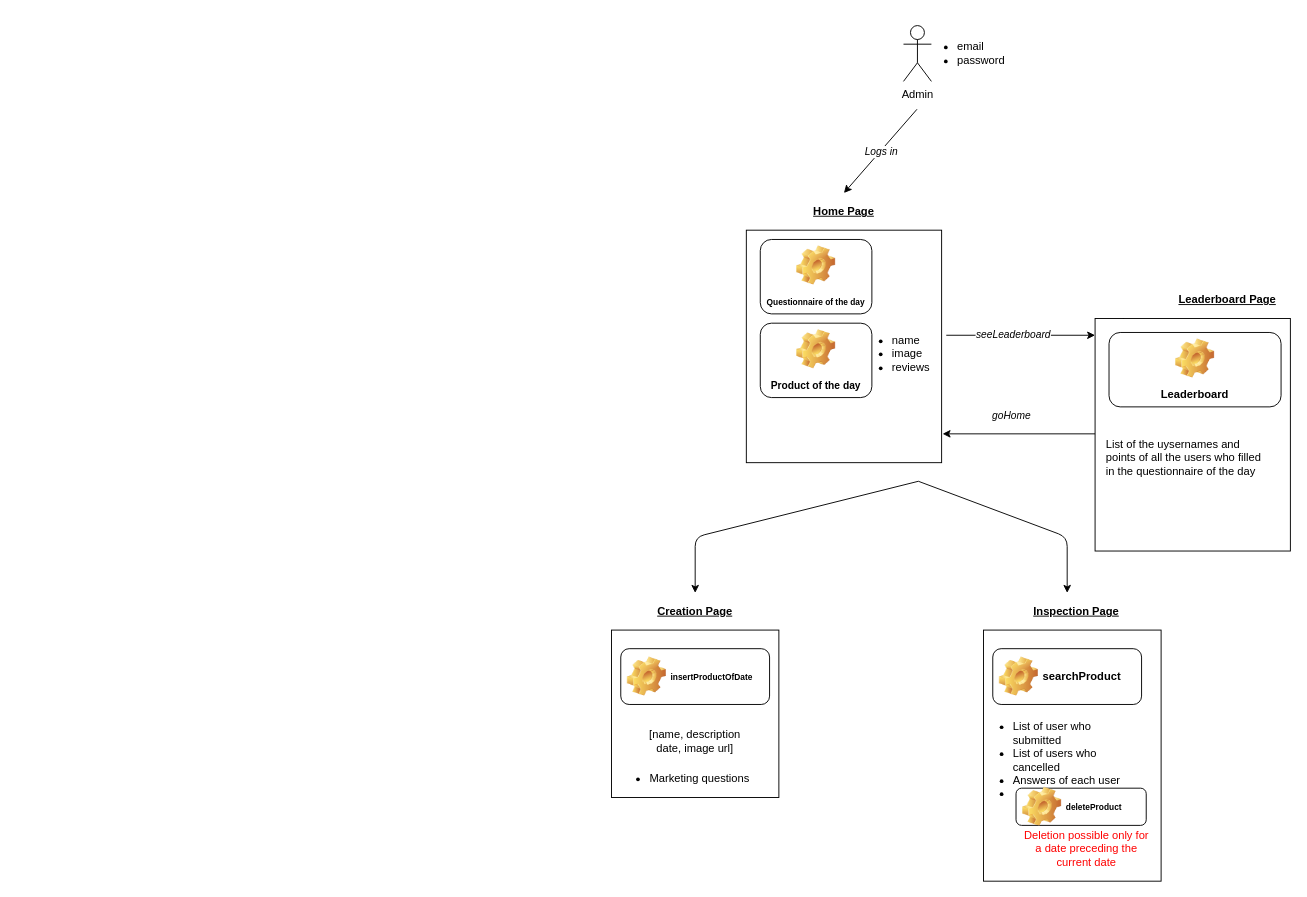
The draw.io diagram docs/graphs/drawio/Admin_design.drawio in giovanniciriello/GamifiedMarketing, before the edit. Source tidied: cells renumbered, new cells numbered last; positions are measured from the earlier drawing's top-left corner, leaving out a move shared by most shapes. Both pictures are drawn from the tidied source at 93%, with x=0, y=0 at pixel (602, 16).
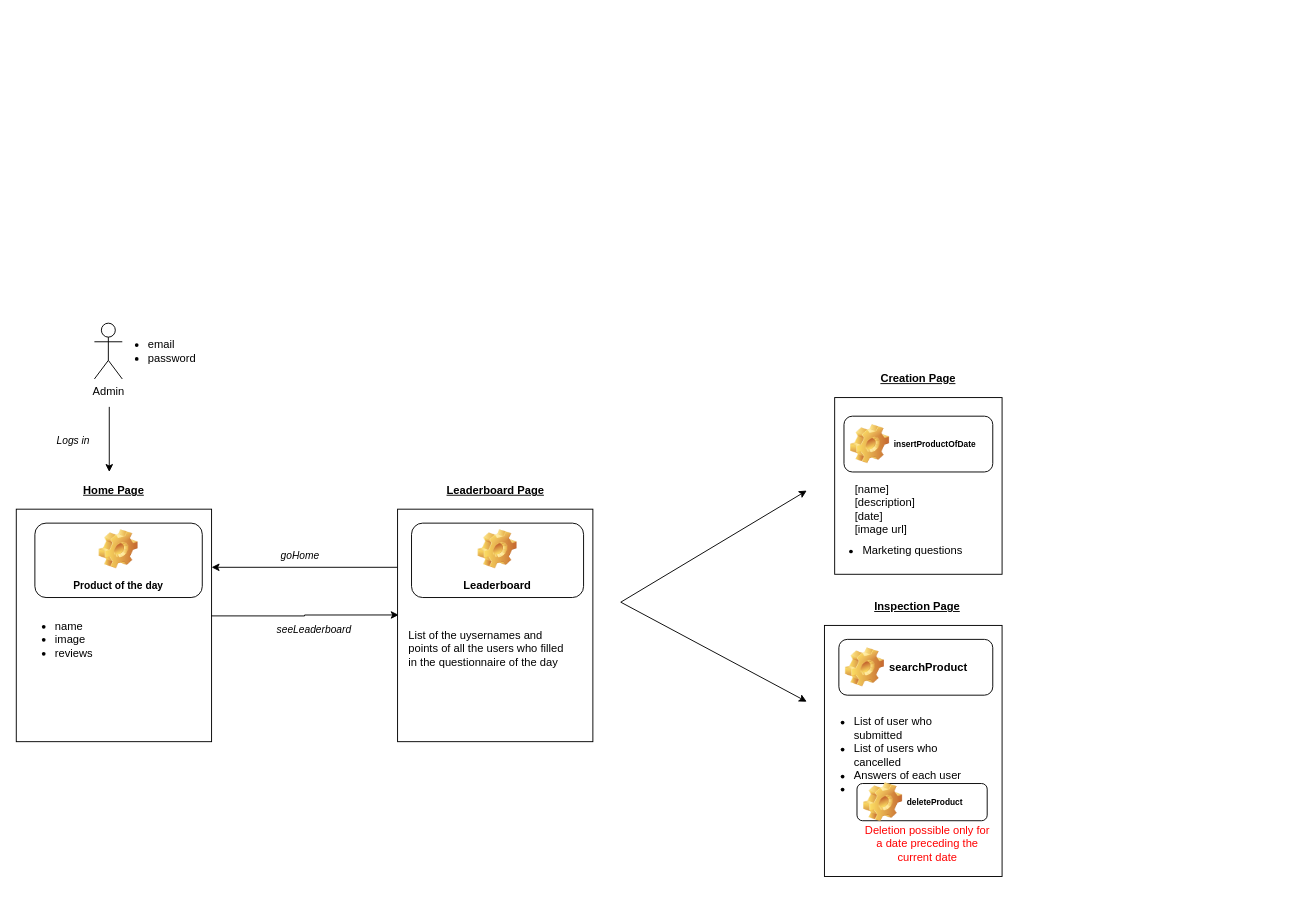
The same page after the edit.

Commit message (it also covers changes not shown here):
(Graphs) Improvements

What changed in the source:
```diff
@@
     <mxCell id="2" value="Admin" style="shape=umlActor;verticalLabelPosition=bottom;verticalAlign=top;html=1;" parent="1" vertex="1">
-      <mxGeometry x="324" y="10" width="30" height="60" as="geometry" />
+      <mxGeometry x="-546" y="330" width="30" height="60" as="geometry" />
     </mxCell>
     <mxCell id="3" style="endArrow=classic;html=1;" parent="1" edge="1">
       <mxGeometry relative="1" as="geometry">
-        <mxPoint x="340" y="500" as="sourcePoint" />
-        <mxPoint x="100" y="620" as="targetPoint" />
-        <Array as="points">
-          <mxPoint x="100" y="560" />
-        </Array>
+        <mxPoint x="20" y="630" as="sourcePoint" />
+        <mxPoint x="220" y="737" as="targetPoint" />
       </mxGeometry>
     </mxCell>
     <mxCell id="4" style="endArrow=classic;html=1;" parent="1" edge="1">
       <mxGeometry relative="1" as="geometry">
-        <mxPoint x="340" y="500" as="sourcePoint" />
-        <mxPoint x="500" y="620" as="targetPoint" />
-        <Array as="points">
-          <mxPoint x="500" y="560" />
-        </Array>
+        <mxPoint x="20" y="630" as="sourcePoint" />
+        <mxPoint x="220" y="510" as="targetPoint" />
       </mxGeometry>
     </mxCell>
     <mxCell id="5" style="rounded=0;whiteSpace=wrap;html=1;" parent="1" vertex="1">
-      <mxGeometry x="10" y="660" width="180" height="180" as="geometry" />
+      <mxGeometry x="250" y="410" width="180" height="190" as="geometry" />
     </mxCell>
     <mxCell id="6" style="rounded=0;whiteSpace=wrap;html=1;" parent="1" vertex="1">
-      <mxGeometry x="410" y="660" width="191" height="270" as="geometry" />
+      <mxGeometry x="239" y="655" width="191" height="270" as="geometry" />
     </mxCell>
     <mxCell id="7" value="&lt;b&gt;&lt;u&gt;Creation Page&lt;/u&gt;&lt;/b&gt;" style="text;html=1;strokeColor=none;fillColor=none;align=center;verticalAlign=middle;whiteSpace=wrap;rounded=0;" parent="1" vertex="1">
-      <mxGeometry x="55" y="630" width="90" height="20" as="geometry" />
+      <mxGeometry x="295" y="380" width="90" height="20" as="geometry" />
     </mxCell>
     <mxCell id="8" value="&lt;b&gt;&lt;u&gt;Inspection Page&lt;/u&gt;&lt;/b&gt;" style="text;html=1;strokeColor=none;fillColor=none;align=center;verticalAlign=middle;whiteSpace=wrap;rounded=0;" parent="1" vertex="1">
-      <mxGeometry x="460" y="630" width="100" height="20" as="geometry" />
+      <mxGeometry x="289" y="625" width="100" height="20" as="geometry" />
     </mxCell>
     <mxCell id="9" value="&lt;font style=&quot;font-size: 9px&quot;&gt;insertProductOfDate&lt;/font&gt;" style="label;whiteSpace=wrap;html=1;image=img/clipart/Gear_128x128.png;" parent="1" vertex="1">
-      <mxGeometry x="20" y="680" width="160" height="60" as="geometry" />
+      <mxGeometry x="260" y="430" width="160" height="60" as="geometry" />
     </mxCell>
@@
     <mxCell id="11" value="&lt;ul&gt;&lt;li&gt;Marketing questions&lt;/li&gt;&lt;/ul&gt;" style="text;html=1;strokeColor=none;fillColor=none;align=center;verticalAlign=middle;whiteSpace=wrap;rounded=0;" parent="1" vertex="1">
-      <mxGeometry y="810" width="170" height="20" as="geometry" />
+      <mxGeometry x="229" y="565" width="170" height="20" as="geometry" />
     </mxCell>
     <mxCell id="12" value="searchProduct" style="label;whiteSpace=wrap;html=1;image=img/clipart/Gear_128x128.png;" parent="1" vertex="1">
-      <mxGeometry x="420" y="680" width="160" height="60" as="geometry" />
+      <mxGeometry x="254.5" y="670" width="165.5" height="60" as="geometry" />
     </mxCell>
     <mxCell id="13" value="&lt;ul&gt;&lt;li&gt;List of user who submitted&lt;/li&gt;&lt;li&gt;List of users who cancelled&lt;/li&gt;&lt;li&gt;Answers of each user&lt;/li&gt;&lt;li&gt;&lt;br&gt;&lt;/li&gt;&lt;/ul&gt;" style="text;html=1;strokeColor=none;fillColor=none;align=left;verticalAlign=middle;whiteSpace=wrap;rounded=0;" parent="1" vertex="1">
-      <mxGeometry x="400" y="790" width="180" height="20" as="geometry" />
+      <mxGeometry x="229" y="785" width="180" height="20" as="geometry" />
     </mxCell>
     <mxCell id="14" value="&lt;font style=&quot;font-size: 9px&quot;&gt;deleteProduct&lt;/font&gt;" style="label;whiteSpace=wrap;html=1;image=img/clipart/Gear_128x128.png;" parent="1" vertex="1">
-      <mxGeometry x="445" y="830" width="140" height="40" as="geometry" />
+      <mxGeometry x="274" y="825" width="140" height="40" as="geometry" />
     </mxCell>
     <mxCell id="15" value="&lt;div&gt;&lt;span style=&quot;color: rgb(255 , 0 , 0)&quot;&gt;Deletion possible only for a date preceding the current date&lt;/span&gt;&lt;/div&gt;" style="text;html=1;strokeColor=none;fillColor=none;align=center;verticalAlign=middle;whiteSpace=wrap;rounded=0;" parent="1" vertex="1">
-      <mxGeometry x="451" y="885" width="140" height="20" as="geometry" />
+      <mxGeometry x="280" y="880" width="140" height="20" as="geometry" />
     </mxCell>
     <mxCell id="16" value="&lt;ul&gt;&lt;li&gt;email&lt;/li&gt;&lt;li&gt;password&lt;/li&gt;&lt;/ul&gt;" style="text;strokeColor=none;fillColor=none;html=1;whiteSpace=wrap;verticalAlign=middle;overflow=hidden;" parent="1" vertex="1">
-      <mxGeometry x="340" width="100" height="80" as="geometry" />
+      <mxGeometry x="-530" y="320" width="100" height="80" as="geometry" />
     </mxCell>
-    <mxCell id="17" value="[name, description date, image url]" style="text;html=1;strokeColor=none;fillColor=none;align=center;verticalAlign=middle;whiteSpace=wrap;rounded=0;" parent="1" vertex="1">
-      <mxGeometry x="45" y="770" width="110" height="20" as="geometry" />
+    <mxCell id="17" value="&lt;div align=&quot;left&quot;&gt;[name]&lt;/div&gt;&lt;div align=&quot;left&quot;&gt;[description]&lt;/div&gt;&lt;div align=&quot;left&quot;&gt;[date]&lt;/div&gt;&lt;div align=&quot;left&quot;&gt;[image url]&lt;/div&gt;" style="text;html=1;strokeColor=none;fillColor=none;align=left;verticalAlign=middle;whiteSpace=wrap;rounded=0;" parent="1" vertex="1">
+      <mxGeometry x="270" y="520" width="110" height="20" as="geometry" />
     </mxCell>
@@
     <mxCell id="19" style="endArrow=classic;html=1;" parent="1" edge="1">
       <mxGeometry relative="1" as="geometry">
-        <mxPoint x="338.5" y="100" as="sourcePoint" />
-        <mxPoint x="260" y="190" as="targetPoint" />
+        <mxPoint x="-530" y="420" as="sourcePoint" />
+        <mxPoint x="-530" y="490" as="targetPoint" />
       </mxGeometry>
     </mxCell>
     <mxCell id="20" value="&lt;i&gt;Logs in&lt;/i&gt;" style="edgeLabel;html=1;align=center;verticalAlign=middle;" parent="19" vertex="1">
-      <mxGeometry relative="1" as="geometry" />
+      <mxGeometry relative="1" as="geometry">
+        <mxPoint x="-40" as="offset" />
+      </mxGeometry>
     </mxCell>
     <mxCell id="21" style="rounded=0;whiteSpace=wrap;html=1;" parent="1" vertex="1">
-      <mxGeometry x="155" y="230" width="210" height="250" as="geometry" />
+      <mxGeometry x="-630" y="530" width="210" height="250" as="geometry" />
     </mxCell>
     <mxCell id="22" value="&lt;u&gt;&lt;b&gt;Home Page&lt;/b&gt;&lt;/u&gt;" style="text;html=1;strokeColor=none;fillColor=none;align=center;verticalAlign=middle;whiteSpace=wrap;rounded=0;" parent="1" vertex="1">
-      <mxGeometry x="215" y="200" width="90" height="20" as="geometry" />
+      <mxGeometry x="-570" y="500" width="90" height="20" as="geometry" />
     </mxCell>
-    <mxCell id="23" value="&lt;b&gt;&lt;font style=&quot;font-size: 9px&quot;&gt;Questionnaire of the day&lt;br&gt;&lt;/font&gt;&lt;/b&gt;" style="label;whiteSpace=wrap;html=1;align=center;verticalAlign=bottom;spacingLeft=0;spacingBottom=4;imageAlign=center;imageVerticalAlign=top;image=img/clipart/Gear_128x128.png;" parent="1" vertex="1">
-      <mxGeometry x="170" y="240" width="120" height="80" as="geometry" />
-    </mxCell>
     <mxCell id="24" value="&lt;font style=&quot;font-size: 11px&quot;&gt;Product of the day&lt;br&gt;&lt;/font&gt;" style="label;whiteSpace=wrap;html=1;align=center;verticalAlign=bottom;spacingLeft=0;spacingBottom=4;imageAlign=center;imageVerticalAlign=top;image=img/clipart/Gear_128x128.png;" parent="1" vertex="1">
-      <mxGeometry x="170" y="330" width="120" height="80" as="geometry" />
+      <mxGeometry x="-610" y="545" width="180" height="80" as="geometry" />
     </mxCell>
     <mxCell id="25" value="&lt;ul&gt;&lt;li&gt;name&lt;/li&gt;&lt;li&gt;image&lt;/li&gt;&lt;li&gt;reviews&lt;br&gt;&lt;/li&gt;&lt;/ul&gt;" style="text;strokeColor=none;fillColor=none;html=1;whiteSpace=wrap;verticalAlign=middle;overflow=hidden;" parent="1" vertex="1">
-      <mxGeometry x="270" y="323" width="100" height="80" as="geometry" />
+      <mxGeometry x="-630" y="630" width="100" height="80" as="geometry" />
     </mxCell>
-    <mxCell id="26" style="edgeStyle=orthogonalEdgeStyle;rounded=0;jettySize=auto;html=1;exitX=1;exitY=0.25;exitDx=0;exitDy=0;" parent="1" edge="1" source="25" target="29">
+    <mxCell id="26" style="edgeStyle=orthogonalEdgeStyle;rounded=0;jettySize=auto;html=1;entryX=0.006;entryY=0.455;entryDx=0;entryDy=0;entryPerimeter=0;exitX=0.998;exitY=0.459;exitDx=0;exitDy=0;exitPerimeter=0;" parent="1" edge="1" source="21" target="29">
       <mxGeometry relative="1" as="geometry">
         <Array as="points">
-          <mxPoint x="600" y="343" />
+          <mxPoint x="-320" y="645" />
         </Array>
       </mxGeometry>
     </mxCell>
     <mxCell id="27" value="&lt;i&gt;seeLeaderboard&lt;/i&gt;" style="edgeLabel;html=1;align=center;verticalAlign=middle;" parent="26" vertex="1">
-      <mxGeometry x="-0.11" y="2" relative="1" as="geometry" />
+      <mxGeometry x="-0.11" y="2" relative="1" as="geometry">
+        <mxPoint x="20.4" y="17.2" as="offset" />
+      </mxGeometry>
     </mxCell>
-    <mxCell id="28" value="&lt;i&gt;goHome&lt;/i&gt;" style="edgeStyle=orthogonalEdgeStyle;rounded=0;jettySize=auto;html=1;exitX=0;exitY=0.5;exitDx=0;exitDy=0;entryX=1.005;entryY=0.876;entryDx=0;entryDy=0;entryPerimeter=0;" parent="1" edge="1" source="29" target="21">
-      <mxGeometry x="0.69" y="-19" relative="1" as="geometry">
-        <Array as="points">
-          <mxPoint x="561" y="450" />
-          <mxPoint x="561" y="325" />
-          <mxPoint x="560" y="325" />
-          <mxPoint x="560" y="449" />
-        </Array>
-      </mxGeometry>
+    <mxCell id="28" value="&lt;i&gt;goHome&lt;/i&gt;" style="edgeStyle=orthogonalEdgeStyle;rounded=0;jettySize=auto;html=1;entryX=1;entryY=0.25;entryDx=0;entryDy=0;exitX=0;exitY=0.25;exitDx=0;exitDy=0;" parent="1" edge="1" source="29" target="21">
+      <mxGeometry x="0.05" y="-13" relative="1" as="geometry" />
     </mxCell>
     <mxCell id="29" style="rounded=0;whiteSpace=wrap;html=1;" parent="1" vertex="1">
-      <mxGeometry x="530" y="325" width="210" height="250" as="geometry" />
+      <mxGeometry x="-220" y="530" width="210" height="250" as="geometry" />
     </mxCell>
     <mxCell id="30" value="&lt;b&gt;&lt;u&gt;Leaderboard Page&lt;br&gt;&lt;/u&gt;&lt;/b&gt;" style="text;html=1;strokeColor=none;fillColor=none;align=center;verticalAlign=middle;whiteSpace=wrap;rounded=0;" parent="1" vertex="1">
-      <mxGeometry x="615" y="295" width="115" height="20" as="geometry" />
+      <mxGeometry x="-172.5" y="500" width="115" height="20" as="geometry" />
     </mxCell>
     <mxCell id="31" value="Leaderboard" style="label;whiteSpace=wrap;html=1;align=center;verticalAlign=bottom;spacingLeft=0;spacingBottom=4;imageAlign=center;imageVerticalAlign=top;image=img/clipart/Gear_128x128.png;" parent="1" vertex="1">
-      <mxGeometry x="545" y="340" width="185" height="80" as="geometry" />
+      <mxGeometry x="-205" y="545" width="185" height="80" as="geometry" />
     </mxCell>
     <mxCell id="32" value="&lt;div align=&quot;left&quot;&gt;List of the uysernames and points of all the users who filled in the questionnaire of the day&lt;/div&gt;" style="text;html=1;strokeColor=none;fillColor=none;align=left;verticalAlign=middle;whiteSpace=wrap;rounded=0;" parent="1" vertex="1">
-      <mxGeometry x="540" y="465" width="180" height="20" as="geometry" />
+      <mxGeometry x="-210" y="670" width="180" height="20" as="geometry" />
     </mxCell>
```
